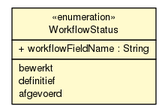
The Graphviz diagram ibis-viewer/apidocs/nl/b3p/viewer/ibis/util/WorkflowStatus.png in B3Partners/flamingo-ibis, before a commit. Its source is kept beside it as ibis-viewer/apidocs/nl/b3p/viewer/ibis/util/WorkflowStatus.dot.
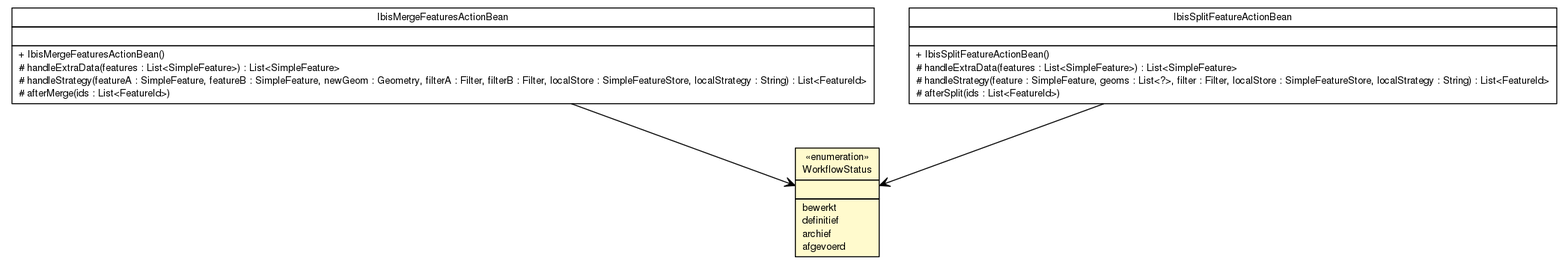
After the commit.

What changed in the source:
```diff
@@ -4,18 +4,49 @@
 	node [fontname="Helvetica",fontsize=10,shape=plaintext];
 	nodesep=0.25;
 	ranksep=0.5;
-	c141 [label=<<table title="nl.b3p.viewer.ibis.util.WorkflowStatus" border="0" cellborder="1" cellspacing="0" cellpadding="2" port="p" bgcolor="lemonChiffon" href="./WorkflowStatus.html">
+	c248 [label=<<table title="nl.b3p.viewer.ibis.util.WorkflowStatus" border="0" cellborder="1" cellspacing="0" cellpadding="2" port="p" bgcolor="lemonChiffon" href="./WorkflowStatus.html">
 		<tr><td><table border="0" cellspacing="0" cellpadding="1">
 <tr><td align="center" balign="center"> &#171;enumeration&#187; </td></tr>
 <tr><td align="center" balign="center"> WorkflowStatus </td></tr>
 		</table></td></tr>
 		<tr><td><table border="0" cellspacing="0" cellpadding="1">
-<tr><td align="left" balign="left"> + workflowFieldName : String </td></tr>
+<tr><td align="left" balign="left">  </td></tr>
 		</table></td></tr>
 		<tr><td><table border="0" cellspacing="0" cellpadding="1">
 <tr><td align="left" balign="left"> bewerkt </td></tr>
 <tr><td align="left" balign="left"> definitief </td></tr>
+<tr><td align="left" balign="left"> archief </td></tr>
 <tr><td align="left" balign="left"> afgevoerd </td></tr>
 		</table></td></tr>
 		</table>>, URL="./WorkflowStatus.html", fontname="Helvetica", fontcolor="black", fontsize=10.0];
+	c256 [label=<<table title="nl.b3p.viewer.stripes.IbisMergeFeaturesActionBean" border="0" cellborder="1" cellspacing="0" cellpadding="2" port="p" href="../../stripes/IbisMergeFeaturesActionBean.html">
+		<tr><td><table border="0" cellspacing="0" cellpadding="1">
+<tr><td align="center" balign="center"> IbisMergeFeaturesActionBean </td></tr>
+		</table></td></tr>
+		<tr><td><table border="0" cellspacing="0" cellpadding="1">
+<tr><td align="left" balign="left">  </td></tr>
+		</table></td></tr>
+		<tr><td><table border="0" cellspacing="0" cellpadding="1">
+<tr><td align="left" balign="left"> + IbisMergeFeaturesActionBean() </td></tr>
+<tr><td align="left" balign="left"> # handleExtraData(features : List&lt;SimpleFeature&gt;) : List&lt;SimpleFeature&gt; </td></tr>
+<tr><td align="left" balign="left"> # handleStrategy(featureA : SimpleFeature, featureB : SimpleFeature, newGeom : Geometry, filterA : Filter, filterB : Filter, localStore : SimpleFeatureStore, localStrategy : String) : List&lt;FeatureId&gt; </td></tr>
+<tr><td align="left" balign="left"> # afterMerge(ids : List&lt;FeatureId&gt;) </td></tr>
+		</table></td></tr>
+		</table>>, URL="../../stripes/IbisMergeFeaturesActionBean.html", fontname="Helvetica", fontcolor="black", fontsize=10.0];
+	c257 [label=<<table title="nl.b3p.viewer.stripes.IbisSplitFeatureActionBean" border="0" cellborder="1" cellspacing="0" cellpadding="2" port="p" href="../../stripes/IbisSplitFeatureActionBean.html">
+		<tr><td><table border="0" cellspacing="0" cellpadding="1">
+<tr><td align="center" balign="center"> IbisSplitFeatureActionBean </td></tr>
+		</table></td></tr>
+		<tr><td><table border="0" cellspacing="0" cellpadding="1">
+<tr><td align="left" balign="left">  </td></tr>
+		</table></td></tr>
+		<tr><td><table border="0" cellspacing="0" cellpadding="1">
+<tr><td align="left" balign="left"> + IbisSplitFeatureActionBean() </td></tr>
+<tr><td align="left" balign="left"> # handleExtraData(features : List&lt;SimpleFeature&gt;) : List&lt;SimpleFeature&gt; </td></tr>
+<tr><td align="left" balign="left"> # handleStrategy(feature : SimpleFeature, geoms : List&lt;?&gt;, filter : Filter, localStore : SimpleFeatureStore, localStrategy : String) : List&lt;FeatureId&gt; </td></tr>
+<tr><td align="left" balign="left"> # afterSplit(ids : List&lt;FeatureId&gt;) </td></tr>
+		</table></td></tr>
+		</table>>, URL="../../stripes/IbisSplitFeatureActionBean.html", fontname="Helvetica", fontcolor="black", fontsize=10.0];
+	c256:p -> c248:p [taillabel="", label="", headlabel="", fontname="Helvetica", fontcolor="black", fontsize=10.0, color="black", arrowhead=open];
+	c257:p -> c248:p [taillabel="", label="", headlabel="", fontname="Helvetica", fontcolor="black", fontsize=10.0, color="black", arrowhead=open];
 }
```
